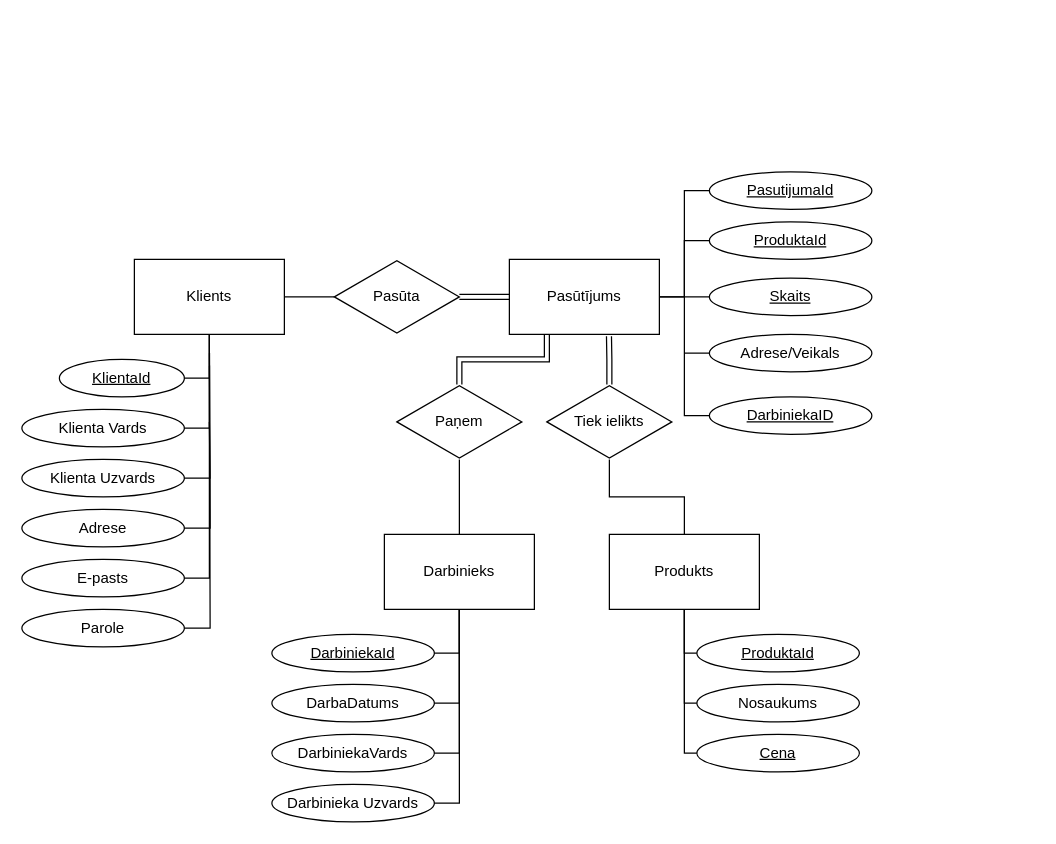
Before: Untitled Diagram.drawio in jianueai/Programmesana-II, a draw.io diagram. Source tidied: cells renumbered, new cells numbered last; positions are measured from the earlier drawing's top-left corner, leaving out a move shared by most shapes. Both pictures are drawn from the tidied source at 125%, with x=0, y=0 at pixel (21, 171).
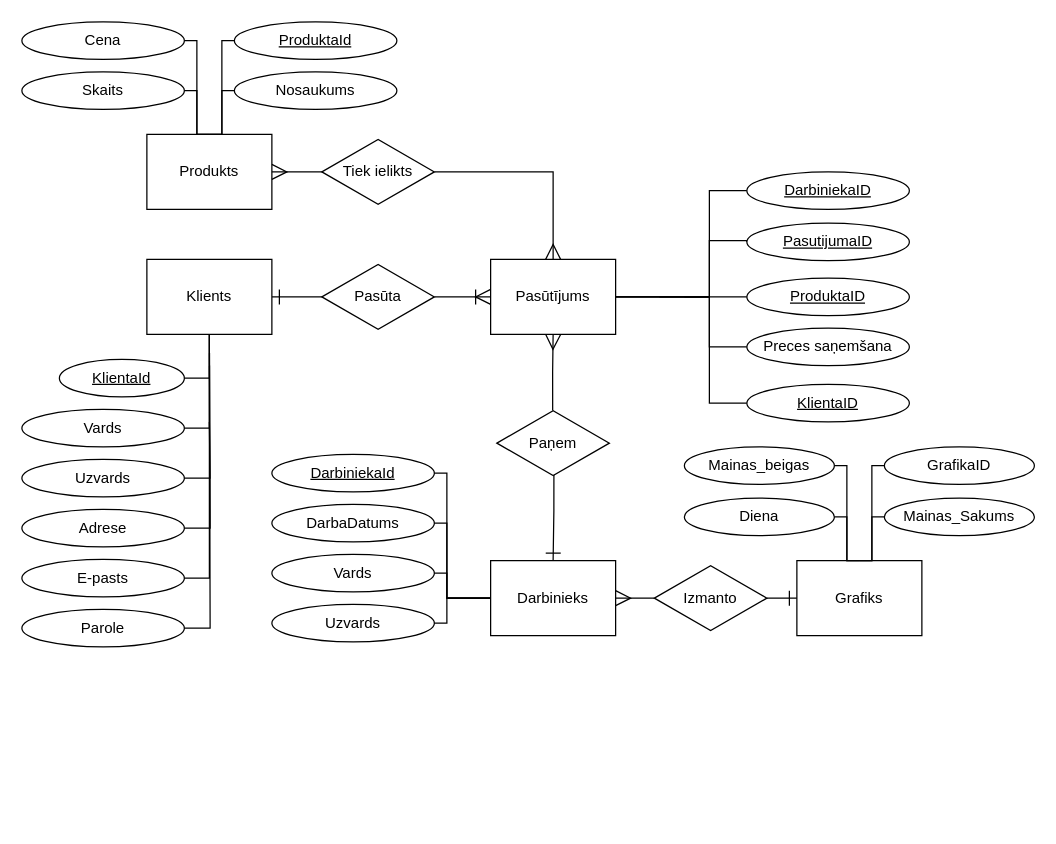
The same page after the edit.

What changed in the source:
```diff
@@
-    <mxCell id="2" style="edgeStyle=orthogonalEdgeStyle;rounded=0;jettySize=auto;html=1;endArrow=none;endFill=0;" parent="1" edge="1" source="3" target="5">
+    <mxCell id="2" style="edgeStyle=orthogonalEdgeStyle;rounded=0;jettySize=auto;html=1;endArrow=none;endFill=0;startArrow=ERone;startFill=0;startSize=10;" parent="1" edge="1" source="3" target="5">
       <mxGeometry relative="1" as="geometry" />
     </mxCell>
     <mxCell id="3" value="Klients" style="rounded=0;whiteSpace=wrap;html=1;" parent="1" vertex="1">
-      <mxGeometry x="90" y="70" width="120" height="60" as="geometry" />
+      <mxGeometry x="100" y="70" width="100" height="60" as="geometry" />
     </mxCell>
-    <mxCell id="4" style="edgeStyle=orthogonalEdgeStyle;rounded=0;jettySize=auto;html=1;entryX=0;entryY=0.5;entryDx=0;entryDy=0;shape=link;" parent="1" edge="1" source="5" target="6">
+    <mxCell id="4" style="edgeStyle=orthogonalEdgeStyle;rounded=0;jettySize=auto;html=1;entryX=0;entryY=0.5;entryDx=0;entryDy=0;endArrow=ERoneToMany;endFill=0;endSize=10;" parent="1" edge="1" source="5" target="6">
       <mxGeometry relative="1" as="geometry" />
     </mxCell>
     <mxCell id="5" value="Pasūta" style="html=1;whiteSpace=wrap;shape=isoRectangle;" parent="1" vertex="1">
-      <mxGeometry x="250" y="70" width="100" height="60" as="geometry" />
+      <mxGeometry x="240" y="73" width="90" height="54" as="geometry" />
     </mxCell>
     <mxCell id="6" value="Pasūtījums" style="rounded=0;whiteSpace=wrap;html=1;" parent="1" vertex="1">
-      <mxGeometry x="390" y="70" width="120" height="60" as="geometry" />
+      <mxGeometry x="375" y="70" width="100" height="60" as="geometry" />
     </mxCell>
@@
-    <mxCell id="10" value="Klienta Vards" style="strokeWidth=1;html=1;shape=mxgraph.flowchart.start_1;whiteSpace=wrap;" parent="1" vertex="1">
+    <mxCell id="10" value="Vards" style="strokeWidth=1;html=1;shape=mxgraph.flowchart.start_1;whiteSpace=wrap;" parent="1" vertex="1">
       <mxGeometry y="190" width="130" height="30" as="geometry" />
     </mxCell>
@@
-    <mxCell id="12" value="Klienta Uzvards" style="strokeWidth=1;html=1;shape=mxgraph.flowchart.start_1;whiteSpace=wrap;" parent="1" vertex="1">
+    <mxCell id="12" value="Uzvards" style="strokeWidth=1;html=1;shape=mxgraph.flowchart.start_1;whiteSpace=wrap;" parent="1" vertex="1">
       <mxGeometry y="230" width="130" height="30" as="geometry" />
     </mxCell>
@@
     <mxCell id="20" style="edgeStyle=orthogonalEdgeStyle;rounded=0;jettySize=auto;html=1;exitX=0;exitY=0.5;exitDx=0;exitDy=0;exitPerimeter=0;endArrow=none;endFill=0;" parent="1" edge="1" source="21">
       <mxGeometry relative="1" as="geometry">
         <mxPoint x="530" y="100" as="targetPoint" />
+        <Array as="points">
+          <mxPoint x="550" y="15" />
+          <mxPoint x="550" y="100" />
+        </Array>
       </mxGeometry>
     </mxCell>
     <mxCell id="21" value="&lt;u&gt;DarbiniekaID&lt;/u&gt;" style="strokeWidth=1;html=1;shape=mxgraph.flowchart.start_1;whiteSpace=wrap;" parent="1" vertex="1">
-      <mxGeometry x="550" y="180" width="130" height="30" as="geometry" />
+      <mxGeometry x="580" width="130" height="30" as="geometry" />
     </mxCell>
-    <mxCell id="22" style="edgeStyle=orthogonalEdgeStyle;rounded=0;jettySize=auto;html=1;exitX=0;exitY=0.5;exitDx=0;exitDy=0;exitPerimeter=0;endArrow=none;endFill=0;" parent="1" edge="1" source="23">
+    <mxCell id="22" style="edgeStyle=orthogonalEdgeStyle;rounded=0;jettySize=auto;html=1;exitX=0;exitY=0.5;exitDx=0;exitDy=0;exitPerimeter=0;endArrow=none;endFill=0;entryX=1;entryY=0.5;entryDx=0;entryDy=0;" parent="1" edge="1" source="23" target="6">
       <mxGeometry relative="1" as="geometry">
-        <mxPoint x="530.1" y="145" as="targetPoint" />
+        <Array as="points">
+          <mxPoint x="580" y="140" />
+          <mxPoint x="550" y="140" />
+          <mxPoint x="550" y="100" />
+        </Array>
       </mxGeometry>
     </mxCell>
-    <mxCell id="23" value="Adrese/Veikals" style="strokeWidth=1;html=1;shape=mxgraph.flowchart.start_1;whiteSpace=wrap;" parent="1" vertex="1">
-      <mxGeometry x="550" y="130" width="130" height="30" as="geometry" />
+    <mxCell id="23" value="Preces saņemšana" style="strokeWidth=1;html=1;shape=mxgraph.flowchart.start_1;whiteSpace=wrap;" parent="1" vertex="1">
+      <mxGeometry x="580" y="125" width="130" height="30" as="geometry" />
     </mxCell>
-    <mxCell id="24" style="edgeStyle=orthogonalEdgeStyle;rounded=0;jettySize=auto;html=1;endArrow=none;endFill=0;" parent="1" edge="1" source="25">
+    <mxCell id="24" style="edgeStyle=orthogonalEdgeStyle;rounded=0;orthogonalLoop=1;jettySize=auto;html=1;endArrow=none;endFill=0;exitX=0;exitY=0.5;exitDx=0;exitDy=0;exitPerimeter=0;entryX=1;entryY=0.5;entryDx=0;entryDy=0;" parent="1" edge="1">
       <mxGeometry relative="1" as="geometry">
-        <mxPoint x="530" y="100" as="targetPoint" />
+        <mxPoint x="580" y="56" as="sourcePoint" />
+        <mxPoint x="510" y="100" as="targetPoint" />
         <Array as="points">
-          <mxPoint x="530" y="15" />
+          <mxPoint x="580" y="55" />
+          <mxPoint x="550" y="55" />
+          <mxPoint x="550" y="100" />
         </Array>
       </mxGeometry>
     </mxCell>
-    <mxCell id="25" value="&lt;u&gt;PasutijumaId&lt;/u&gt;" style="strokeWidth=1;html=1;shape=mxgraph.flowchart.start_1;whiteSpace=wrap;" parent="1" vertex="1">
-      <mxGeometry x="550" width="130" height="30" as="geometry" />
+    <mxCell id="25" value="&lt;u&gt;PasutijumaID&lt;/u&gt;" style="strokeWidth=1;html=1;shape=mxgraph.flowchart.start_1;whiteSpace=wrap;" parent="1" vertex="1">
+      <mxGeometry x="580" y="41" width="130" height="30" as="geometry" />
     </mxCell>
-    <mxCell id="26" style="edgeStyle=orthogonalEdgeStyle;rounded=0;jettySize=auto;html=1;endArrow=none;endFill=0;" parent="1" edge="1" source="27" target="50">
-      <mxGeometry relative="1" as="geometry" />
-    </mxCell>
     <mxCell id="27" value="Produkts" style="rounded=0;whiteSpace=wrap;html=1;" parent="1" vertex="1">
-      <mxGeometry x="470" y="290" width="120" height="60" as="geometry" />
+      <mxGeometry x="100" y="-30" width="100" height="60" as="geometry" />
     </mxCell>
-    <mxCell id="28" style="edgeStyle=orthogonalEdgeStyle;rounded=0;jettySize=auto;html=1;endArrow=none;endFill=0;" parent="1" edge="1" source="29" target="48">
-      <mxGeometry relative="1" as="geometry">
-        <Array as="points">
-          <mxPoint x="350" y="240" />
-          <mxPoint x="350" y="240" />
-        </Array>
-      </mxGeometry>
-    </mxCell>
     <mxCell id="29" value="Darbinieks" style="rounded=0;whiteSpace=wrap;html=1;" parent="1" vertex="1">
-      <mxGeometry x="290" y="290" width="120" height="60" as="geometry" />
+      <mxGeometry x="375" y="311" width="100" height="60" as="geometry" />
     </mxCell>
-    <mxCell id="30" style="edgeStyle=orthogonalEdgeStyle;rounded=0;jettySize=auto;html=1;entryX=0.5;entryY=1;entryDx=0;entryDy=0;endArrow=none;endFill=0;" parent="1" edge="1" source="31" target="29">
+    <mxCell id="30" style="edgeStyle=orthogonalEdgeStyle;rounded=0;jettySize=auto;html=1;entryX=0;entryY=0.5;entryDx=0;entryDy=0;endArrow=none;endFill=0;exitX=1;exitY=0.5;exitDx=0;exitDy=0;exitPerimeter=0;" parent="1" edge="1" target="29">
       <mxGeometry relative="1" as="geometry">
+        <mxPoint x="330" y="241" as="sourcePoint" />
         <Array as="points">
-          <mxPoint x="350" y="385" />
+          <mxPoint x="340" y="241" />
+          <mxPoint x="340" y="341" />
         </Array>
       </mxGeometry>
     </mxCell>
     <mxCell id="31" value="&lt;u&gt;DarbiniekaId&lt;/u&gt;" style="strokeWidth=1;html=1;shape=mxgraph.flowchart.start_1;whiteSpace=wrap;" parent="1" vertex="1">
-      <mxGeometry x="200" y="370" width="130" height="30" as="geometry" />
+      <mxGeometry x="200" y="226" width="130" height="30" as="geometry" />
     </mxCell>
-    <mxCell id="32" style="edgeStyle=orthogonalEdgeStyle;rounded=0;jettySize=auto;html=1;entryX=0.5;entryY=1;entryDx=0;entryDy=0;endArrow=none;endFill=0;" parent="1" edge="1" source="33" target="29">
+    <mxCell id="32" style="edgeStyle=orthogonalEdgeStyle;rounded=0;jettySize=auto;html=1;entryX=0;entryY=0.5;entryDx=0;entryDy=0;endArrow=none;endFill=0;exitX=1;exitY=0.5;exitDx=0;exitDy=0;exitPerimeter=0;" parent="1" edge="1" source="33" target="29">
       <mxGeometry relative="1" as="geometry">
         <Array as="points">
-          <mxPoint x="350" y="425" />
+          <mxPoint x="340" y="281" />
+          <mxPoint x="340" y="341" />
         </Array>
       </mxGeometry>
     </mxCell>
     <mxCell id="33" value="DarbaDatums" style="strokeWidth=1;html=1;shape=mxgraph.flowchart.start_1;whiteSpace=wrap;" parent="1" vertex="1">
-      <mxGeometry x="200" y="410" width="130" height="30" as="geometry" />
+      <mxGeometry x="200" y="266" width="130" height="30" as="geometry" />
     </mxCell>
-    <mxCell id="34" style="edgeStyle=orthogonalEdgeStyle;rounded=0;jettySize=auto;html=1;entryX=0.5;entryY=1;entryDx=0;entryDy=0;endArrow=none;endFill=0;" parent="1" edge="1" source="35" target="29">
+    <mxCell id="34" style="edgeStyle=orthogonalEdgeStyle;rounded=0;jettySize=auto;html=1;entryX=0;entryY=0.5;entryDx=0;entryDy=0;endArrow=none;endFill=0;exitX=1;exitY=0.5;exitDx=0;exitDy=0;exitPerimeter=0;" parent="1" edge="1" source="35" target="29">
       <mxGeometry relative="1" as="geometry">
         <Array as="points">
-          <mxPoint x="350" y="465" />
+          <mxPoint x="340" y="321" />
+          <mxPoint x="340" y="341" />
         </Array>
       </mxGeometry>
     </mxCell>
-    <mxCell id="35" value="DarbiniekaVards" style="strokeWidth=1;html=1;shape=mxgraph.flowchart.start_1;whiteSpace=wrap;" parent="1" vertex="1">
-      <mxGeometry x="200" y="450" width="130" height="30" as="geometry" />
+    <mxCell id="35" value="Vards" style="strokeWidth=1;html=1;shape=mxgraph.flowchart.start_1;whiteSpace=wrap;" parent="1" vertex="1">
+      <mxGeometry x="200" y="306" width="130" height="30" as="geometry" />
     </mxCell>
-    <mxCell id="36" style="edgeStyle=orthogonalEdgeStyle;rounded=0;jettySize=auto;html=1;entryX=0.5;entryY=1;entryDx=0;entryDy=0;endArrow=none;endFill=0;" parent="1" edge="1" source="37" target="29">
+    <mxCell id="36" style="edgeStyle=orthogonalEdgeStyle;rounded=0;jettySize=auto;html=1;entryX=0;entryY=0.5;entryDx=0;entryDy=0;endArrow=none;endFill=0;exitX=1;exitY=0.5;exitDx=0;exitDy=0;exitPerimeter=0;" parent="1" edge="1" source="37" target="29">
       <mxGeometry relative="1" as="geometry">
         <Array as="points">
-          <mxPoint x="350" y="505" />
+          <mxPoint x="340" y="361" />
+          <mxPoint x="340" y="341" />
         </Array>
       </mxGeometry>
     </mxCell>
-    <mxCell id="37" value="Darbinieka Uzvards" style="strokeWidth=1;html=1;shape=mxgraph.flowchart.start_1;whiteSpace=wrap;" parent="1" vertex="1">
-      <mxGeometry x="200" y="490" width="130" height="30" as="geometry" />
+    <mxCell id="37" value="Uzvards" style="strokeWidth=1;html=1;shape=mxgraph.flowchart.start_1;whiteSpace=wrap;" parent="1" vertex="1">
+      <mxGeometry x="200" y="346" width="130" height="30" as="geometry" />
     </mxCell>
-    <mxCell id="38" style="edgeStyle=orthogonalEdgeStyle;rounded=0;jettySize=auto;html=1;exitX=0;exitY=0.5;exitDx=0;exitDy=0;exitPerimeter=0;entryX=0.5;entryY=1;entryDx=0;entryDy=0;endArrow=none;endFill=0;" parent="1" edge="1" source="39" target="27">
-      <mxGeometry relative="1" as="geometry" />
+    <mxCell id="38" style="edgeStyle=orthogonalEdgeStyle;rounded=0;jumpSize=6;jettySize=auto;html=1;exitX=0;exitY=0.5;exitDx=0;exitDy=0;exitPerimeter=0;entryX=0.5;entryY=0;entryDx=0;entryDy=0;startArrow=none;startFill=0;endArrow=none;endFill=0;startSize=6;endSize=10;" parent="1" edge="1" source="39" target="27">
+      <mxGeometry relative="1" as="geometry">
+        <Array as="points">
+          <mxPoint x="160" y="-105" />
+          <mxPoint x="160" y="-30" />
+        </Array>
+      </mxGeometry>
     </mxCell>
     <mxCell id="39" value="&lt;u&gt;ProduktaId&lt;/u&gt;" style="strokeWidth=1;html=1;shape=mxgraph.flowchart.start_1;whiteSpace=wrap;" parent="1" vertex="1">
-      <mxGeometry x="540" y="370" width="130" height="30" as="geometry" />
+      <mxGeometry x="170" y="-120" width="130" height="30" as="geometry" />
     </mxCell>
-    <mxCell id="40" style="edgeStyle=orthogonalEdgeStyle;rounded=0;jettySize=auto;html=1;exitX=0;exitY=0.5;exitDx=0;exitDy=0;exitPerimeter=0;entryX=0.5;entryY=1;entryDx=0;entryDy=0;endArrow=none;endFill=0;" parent="1" edge="1" source="41" target="27">
+    <mxCell id="40" style="edgeStyle=orthogonalEdgeStyle;rounded=0;jumpSize=6;jettySize=auto;html=1;exitX=0;exitY=0.5;exitDx=0;exitDy=0;exitPerimeter=0;entryX=0.5;entryY=0;entryDx=0;entryDy=0;startArrow=none;startFill=0;endArrow=none;endFill=0;startSize=6;endSize=10;" parent="1" edge="1" source="41" target="27">
       <mxGeometry relative="1" as="geometry">
         <Array as="points">
-          <mxPoint x="530" y="425" />
+          <mxPoint x="160" y="-65" />
+          <mxPoint x="160" y="-30" />
         </Array>
       </mxGeometry>
     </mxCell>
     <mxCell id="41" value="Nosaukums" style="strokeWidth=1;html=1;shape=mxgraph.flowchart.start_1;whiteSpace=wrap;" parent="1" vertex="1">
-      <mxGeometry x="540" y="410" width="130" height="30" as="geometry" />
+      <mxGeometry x="170" y="-80" width="130" height="30" as="geometry" />
     </mxCell>
-    <mxCell id="42" style="edgeStyle=orthogonalEdgeStyle;rounded=0;jettySize=auto;html=1;exitX=0;exitY=0.5;exitDx=0;exitDy=0;exitPerimeter=0;entryX=0.5;entryY=1;entryDx=0;entryDy=0;endArrow=none;endFill=0;" parent="1" edge="1" source="43" target="27">
+    <mxCell id="42" style="edgeStyle=orthogonalEdgeStyle;rounded=0;jumpSize=6;jettySize=auto;html=1;exitX=1;exitY=0.5;exitDx=0;exitDy=0;exitPerimeter=0;entryX=0.5;entryY=0;entryDx=0;entryDy=0;startArrow=none;startFill=0;endArrow=none;endFill=0;startSize=6;endSize=10;" parent="1" edge="1" source="43" target="27">
       <mxGeometry relative="1" as="geometry">
         <Array as="points">
-          <mxPoint x="530" y="465" />
+          <mxPoint x="140" y="-105" />
+          <mxPoint x="140" y="-30" />
         </Array>
       </mxGeometry>
     </mxCell>
-    <mxCell id="43" value="&lt;u&gt;Cena&lt;/u&gt;" style="strokeWidth=1;html=1;shape=mxgraph.flowchart.start_1;whiteSpace=wrap;" parent="1" vertex="1">
-      <mxGeometry x="540" y="450" width="130" height="30" as="geometry" />
+    <mxCell id="43" value="Cena" style="strokeWidth=1;html=1;shape=mxgraph.flowchart.start_1;whiteSpace=wrap;" parent="1" vertex="1">
+      <mxGeometry y="-120" width="130" height="30" as="geometry" />
     </mxCell>
-    <mxCell id="44" value="&lt;u&gt;Skaits&lt;/u&gt;" style="strokeWidth=1;html=1;shape=mxgraph.flowchart.start_1;whiteSpace=wrap;" parent="1" vertex="1">
-      <mxGeometry x="550" y="85" width="130" height="30" as="geometry" />
-    </mxCell>
-    <mxCell id="45" style="edgeStyle=orthogonalEdgeStyle;rounded=0;jettySize=auto;html=1;endArrow=none;endFill=0;" parent="1" edge="1" source="6" target="44">
-      <mxGeometry relative="1" as="geometry" />
-    </mxCell>
-    <mxCell id="46" value="&lt;u&gt;ProduktaId&lt;/u&gt;" style="strokeWidth=1;html=1;shape=mxgraph.flowchart.start_1;whiteSpace=wrap;" parent="1" vertex="1">
-      <mxGeometry x="550" y="40" width="130" height="30" as="geometry" />
+    <mxCell id="46" value="&lt;u&gt;ProduktaID&lt;/u&gt;" style="strokeWidth=1;html=1;shape=mxgraph.flowchart.start_1;whiteSpace=wrap;" parent="1" vertex="1">
+      <mxGeometry x="580" y="85" width="130" height="30" as="geometry" />
     </mxCell>
-    <mxCell id="47" style="edgeStyle=orthogonalEdgeStyle;shape=link;rounded=0;jettySize=auto;html=1;entryX=0.25;entryY=1;entryDx=0;entryDy=0;endArrow=none;endFill=0;" parent="1" edge="1" source="48" target="6">
+    <mxCell id="47" style="edgeStyle=orthogonalEdgeStyle;rounded=0;jettySize=auto;html=1;entryX=0.5;entryY=1;entryDx=0;entryDy=0;exitX=0.496;exitY=0.017;exitDx=0;exitDy=0;exitPerimeter=0;endArrow=ERmany;endFill=0;startSize=6;endSize=10;" parent="1" edge="1" source="48" target="6">
       <mxGeometry relative="1" as="geometry" />
     </mxCell>
+    <mxCell id="51" style="edgeStyle=orthogonalEdgeStyle;rounded=0;jumpSize=6;jettySize=auto;html=1;entryX=0.5;entryY=0;entryDx=0;entryDy=0;startArrow=none;startFill=0;endArrow=ERone;endFill=0;endSize=10;startSize=6;exitX=0.507;exitY=0.937;exitDx=0;exitDy=0;exitPerimeter=0;" parent="1" edge="1" source="48" target="29">
+      <mxGeometry relative="1" as="geometry">
+        <Array as="points">
+          <mxPoint x="426" y="271" />
+        </Array>
+      </mxGeometry>
+    </mxCell>
     <mxCell id="48" value="Paņem" style="html=1;whiteSpace=wrap;shape=isoRectangle;" parent="1" vertex="1">
-      <mxGeometry x="300" y="170" width="100" height="60" as="geometry" />
+      <mxGeometry x="380" y="190" width="90" height="54" as="geometry" />
     </mxCell>
-    <mxCell id="49" style="edgeStyle=orthogonalEdgeStyle;shape=link;rounded=0;jettySize=auto;html=1;entryX=0.664;entryY=1.026;entryDx=0;entryDy=0;entryPerimeter=0;endArrow=none;endFill=0;" parent="1" edge="1" source="50" target="6">
+    <mxCell id="49" style="edgeStyle=orthogonalEdgeStyle;rounded=0;jumpSize=6;jettySize=auto;html=1;entryX=0.5;entryY=0;entryDx=0;entryDy=0;startArrow=none;startFill=0;endArrow=ERmany;endFill=0;endSize=10;" parent="1" edge="1" source="50" target="6">
       <mxGeometry relative="1" as="geometry" />
     </mxCell>
+    <mxCell id="52" style="edgeStyle=orthogonalEdgeStyle;rounded=0;jumpSize=6;jettySize=auto;html=1;entryX=1;entryY=0.5;entryDx=0;entryDy=0;startArrow=none;startFill=0;endArrow=ERmany;endFill=0;startSize=6;endSize=10;" parent="1" edge="1" source="50" target="27">
+      <mxGeometry relative="1" as="geometry" />
+    </mxCell>
     <mxCell id="50" value="Tiek ielikts" style="html=1;whiteSpace=wrap;shape=isoRectangle;" parent="1" vertex="1">
-      <mxGeometry x="420" y="170" width="100" height="60" as="geometry" />
+      <mxGeometry x="240" y="-27" width="90" height="54" as="geometry" />
     </mxCell>
+    <mxCell id="53" style="edgeStyle=orthogonalEdgeStyle;rounded=0;jumpSize=6;jettySize=auto;html=1;exitX=0;exitY=0.5;exitDx=0;exitDy=0;exitPerimeter=0;entryX=1;entryY=0.5;entryDx=0;entryDy=0;startArrow=none;startFill=0;endArrow=none;endFill=0;endSize=10;" parent="1" edge="1" source="54" target="6">
+      <mxGeometry relative="1" as="geometry">
+        <Array as="points">
+          <mxPoint x="550" y="185" />
+          <mxPoint x="550" y="100" />
+        </Array>
+      </mxGeometry>
+    </mxCell>
+    <mxCell id="54" value="&lt;u&gt;KlientaID&lt;/u&gt;" style="strokeWidth=1;html=1;shape=mxgraph.flowchart.start_1;whiteSpace=wrap;" parent="1" vertex="1">
+      <mxGeometry x="580" y="170" width="130" height="30" as="geometry" />
+    </mxCell>
+    <mxCell id="55" style="edgeStyle=orthogonalEdgeStyle;rounded=0;jumpSize=6;jettySize=auto;html=1;exitX=1;exitY=0.5;exitDx=0;exitDy=0;exitPerimeter=0;entryX=0.5;entryY=0;entryDx=0;entryDy=0;startArrow=none;startFill=0;endArrow=none;endFill=0;startSize=6;endSize=10;" parent="1" edge="1" source="44" target="27">
+      <mxGeometry relative="1" as="geometry">
+        <Array as="points">
+          <mxPoint x="140" y="-65" />
+          <mxPoint x="140" y="-30" />
+        </Array>
+      </mxGeometry>
+    </mxCell>
+    <mxCell id="44" value="Skaits" style="strokeWidth=1;html=1;shape=mxgraph.flowchart.start_1;whiteSpace=wrap;" parent="1" vertex="1">
+      <mxGeometry y="-80" width="130" height="30" as="geometry" />
+    </mxCell>
+    <mxCell id="56" value="Grafiks" style="rounded=0;whiteSpace=wrap;html=1;" parent="1" vertex="1">
+      <mxGeometry x="620" y="311" width="100" height="60" as="geometry" />
+    </mxCell>
+    <mxCell id="57" style="edgeStyle=orthogonalEdgeStyle;rounded=0;jumpSize=6;jettySize=auto;html=1;entryX=1;entryY=0.5;entryDx=0;entryDy=0;startArrow=none;startFill=0;endArrow=ERmany;endFill=0;startSize=6;endSize=10;" parent="1" edge="1" source="59" target="29">
+      <mxGeometry relative="1" as="geometry" />
+    </mxCell>
+    <mxCell id="58" style="edgeStyle=orthogonalEdgeStyle;rounded=0;jumpSize=6;jettySize=auto;html=1;entryX=0;entryY=0.5;entryDx=0;entryDy=0;startArrow=none;startFill=0;endArrow=ERone;endFill=0;startSize=6;endSize=10;" parent="1" edge="1" source="59" target="56">
+      <mxGeometry relative="1" as="geometry" />
+    </mxCell>
+    <mxCell id="59" value="Izmanto" style="html=1;whiteSpace=wrap;shape=isoRectangle;" parent="1" vertex="1">
+      <mxGeometry x="506" y="314" width="90" height="54" as="geometry" />
+    </mxCell>
+    <mxCell id="60" style="edgeStyle=orthogonalEdgeStyle;rounded=0;jumpSize=6;jettySize=auto;html=1;exitX=1;exitY=0.5;exitDx=0;exitDy=0;exitPerimeter=0;entryX=0.5;entryY=0;entryDx=0;entryDy=0;startArrow=none;startFill=0;endArrow=none;endFill=0;startSize=6;endSize=10;" parent="1" edge="1" source="61" target="56">
+      <mxGeometry relative="1" as="geometry">
+        <Array as="points">
+          <mxPoint x="660" y="276" />
+          <mxPoint x="660" y="311" />
+        </Array>
+      </mxGeometry>
+    </mxCell>
+    <mxCell id="61" value="Diena" style="strokeWidth=1;html=1;shape=mxgraph.flowchart.start_1;whiteSpace=wrap;" parent="1" vertex="1">
+      <mxGeometry x="530" y="261" width="120" height="30" as="geometry" />
+    </mxCell>
+    <mxCell id="62" style="edgeStyle=orthogonalEdgeStyle;rounded=0;jumpSize=6;jettySize=auto;html=1;exitX=0;exitY=0.5;exitDx=0;exitDy=0;exitPerimeter=0;entryX=0.5;entryY=0;entryDx=0;entryDy=0;startArrow=none;startFill=0;endArrow=none;endFill=0;startSize=6;endSize=10;" parent="1" edge="1" source="63" target="56">
+      <mxGeometry relative="1" as="geometry">
+        <Array as="points">
+          <mxPoint x="680" y="235" />
+          <mxPoint x="680" y="311" />
+        </Array>
+      </mxGeometry>
+    </mxCell>
+    <mxCell id="63" value="GrafikaID" style="strokeWidth=1;html=1;shape=mxgraph.flowchart.start_1;whiteSpace=wrap;" parent="1" vertex="1">
+      <mxGeometry x="690" y="220" width="120" height="30" as="geometry" />
+    </mxCell>
+    <mxCell id="64" style="edgeStyle=orthogonalEdgeStyle;rounded=0;jumpSize=6;orthogonalLoop=1;jettySize=auto;html=1;exitX=0.5;exitY=1;exitDx=0;exitDy=0;exitPerimeter=0;startArrow=none;startFill=0;endArrow=ERone;endFill=0;startSize=6;endSize=10;" parent="1" edge="1" source="61" target="61">
+      <mxGeometry relative="1" as="geometry" />
+    </mxCell>
+    <mxCell id="65" style="edgeStyle=orthogonalEdgeStyle;rounded=0;jumpSize=6;jettySize=auto;html=1;entryX=0.5;entryY=0;entryDx=0;entryDy=0;startArrow=none;startFill=0;endArrow=none;endFill=0;startSize=6;endSize=10;" parent="1" edge="1" target="56">
+      <mxGeometry relative="1" as="geometry">
+        <mxPoint x="690" y="276" as="sourcePoint" />
+        <Array as="points">
+          <mxPoint x="680" y="276" />
+          <mxPoint x="680" y="311" />
+        </Array>
+      </mxGeometry>
+    </mxCell>
+    <mxCell id="66" value="Mainas_Sakums" style="strokeWidth=1;html=1;shape=mxgraph.flowchart.start_1;whiteSpace=wrap;" parent="1" vertex="1">
+      <mxGeometry x="690" y="261" width="120" height="30" as="geometry" />
+    </mxCell>
+    <mxCell id="67" style="edgeStyle=orthogonalEdgeStyle;rounded=0;jumpSize=6;jettySize=auto;html=1;exitX=1;exitY=0.5;exitDx=0;exitDy=0;exitPerimeter=0;entryX=0.5;entryY=0;entryDx=0;entryDy=0;startArrow=none;startFill=0;endArrow=none;endFill=0;startSize=6;endSize=10;" parent="1" edge="1" source="68" target="56">
+      <mxGeometry relative="1" as="geometry">
+        <Array as="points">
+          <mxPoint x="660" y="235" />
+          <mxPoint x="660" y="311" />
+        </Array>
+      </mxGeometry>
+    </mxCell>
+    <mxCell id="68" value="Mainas_beigas" style="strokeWidth=1;html=1;shape=mxgraph.flowchart.start_1;whiteSpace=wrap;" parent="1" vertex="1">
+      <mxGeometry x="530" y="220" width="120" height="30" as="geometry" />
+    </mxCell>
```
